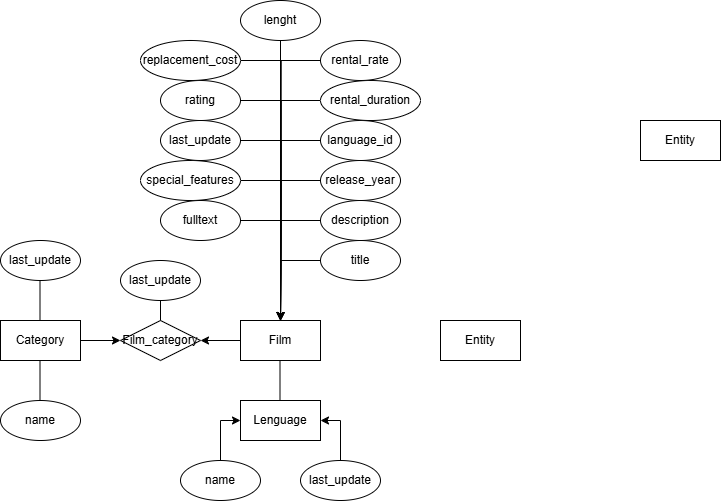
Before: Diagramas_E_R/Diagrama Trabajo Practico 3.drawio.png, a diagram exported from draw.io (Gabitoto/Bases-de-Datos). Source tidied: cells renumbered, new cells last; positions are measured from the earlier drawing's top-left corner, leaving out a move shared by most shapes.
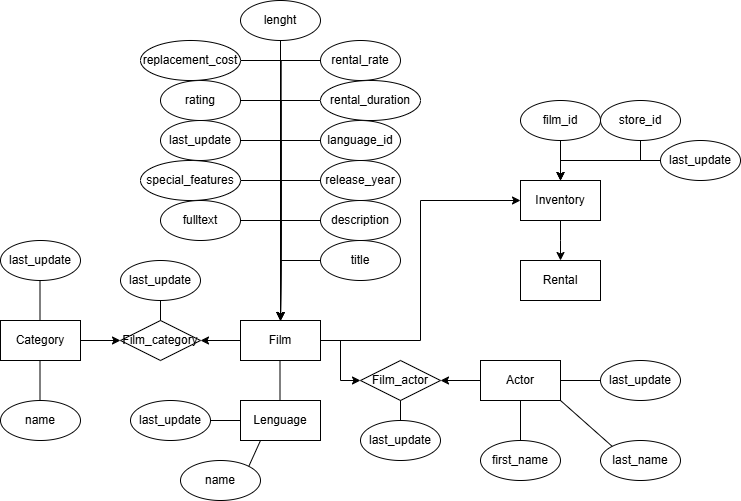
Later version of the same file.

The edit, as a diff of the source:
```diff
@@ -11,17 +11,31 @@
     <mxCell id="4" style="edgeStyle=orthogonalEdgeStyle;rounded=0;jettySize=auto;html=1;entryX=1;entryY=0.5;entryDx=0;entryDy=0;" parent="1" edge="1" source="5" target="9">
       <mxGeometry relative="1" as="geometry" />
     </mxCell>
+    <mxCell id="45" style="edgeStyle=orthogonalEdgeStyle;rounded=0;jettySize=auto;html=1;entryX=0;entryY=0.5;entryDx=0;entryDy=0;" parent="1" edge="1" source="5" target="7">
+      <mxGeometry relative="1" as="geometry" />
+    </mxCell>
+    <mxCell id="46" style="edgeStyle=orthogonalEdgeStyle;rounded=0;jettySize=auto;html=1;entryX=0;entryY=0.5;entryDx=0;entryDy=0;" parent="1" edge="1" source="5" target="56">
+      <mxGeometry relative="1" as="geometry" />
+    </mxCell>
     <mxCell id="5" value="Film" style="whiteSpace=wrap;html=1;align=center;" parent="1" vertex="1">
       <mxGeometry x="240" y="320" width="80" height="40" as="geometry" />
     </mxCell>
     <mxCell id="6" value="Lenguage" style="whiteSpace=wrap;html=1;align=center;" parent="1" vertex="1">
       <mxGeometry x="240" y="400" width="80" height="40" as="geometry" />
     </mxCell>
+    <mxCell id="47" style="edgeStyle=orthogonalEdgeStyle;rounded=0;jettySize=auto;html=1;entryX=0.5;entryY=0;entryDx=0;entryDy=0;" parent="1" edge="1" source="7">
+      <mxGeometry relative="1" as="geometry">
+        <mxPoint x="560" y="260" as="targetPoint" />
+      </mxGeometry>
+    </mxCell>
-    <mxCell id="7" value="Entity" style="whiteSpace=wrap;html=1;align=center;" parent="1" vertex="1">
-      <mxGeometry x="440" y="320" width="80" height="40" as="geometry" />
+    <mxCell id="7" value="Inventory" style="whiteSpace=wrap;html=1;align=center;" parent="1" vertex="1">
+      <mxGeometry x="520" y="180" width="80" height="40" as="geometry" />
     </mxCell>
+    <mxCell id="48" style="edgeStyle=orthogonalEdgeStyle;rounded=0;jettySize=auto;html=1;entryX=1;entryY=0.5;entryDx=0;entryDy=0;" parent="1" edge="1" source="8" target="56">
+      <mxGeometry relative="1" as="geometry" />
+    </mxCell>
-    <mxCell id="8" value="Entity" style="whiteSpace=wrap;html=1;align=center;" parent="1" vertex="1">
-      <mxGeometry x="640" y="120" width="80" height="40" as="geometry" />
+    <mxCell id="8" value="Actor" style="whiteSpace=wrap;html=1;align=center;" parent="1" vertex="1">
+      <mxGeometry x="480" y="360" width="80" height="40" as="geometry" />
     </mxCell>
     <mxCell id="9" value="Film_category" style="shape=rhombus;perimeter=rhombusPerimeter;whiteSpace=wrap;html=1;align=center;" parent="1" vertex="1">
       <mxGeometry x="120" y="320" width="80" height="40" as="geometry" />
@@ -153,16 +167,66 @@
       <mxGeometry x="160" y="200" width="80" height="40" as="geometry" />
     </mxCell>
     <mxCell id="41" value="last_update" style="ellipse;whiteSpace=wrap;html=1;align=center;" parent="1" vertex="1">
-      <mxGeometry x="300" y="460" width="80" height="40" as="geometry" />
+      <mxGeometry x="130" y="400" width="80" height="40" as="geometry" />
     </mxCell>
-    <mxCell id="42" style="edgeStyle=orthogonalEdgeStyle;rounded=0;jettySize=auto;html=1;entryX=0;entryY=0.5;entryDx=0;entryDy=0;" parent="1" edge="1" source="43" target="6">
-      <mxGeometry relative="1" as="geometry" />
-    </mxCell>
     <mxCell id="43" value="name" style="ellipse;whiteSpace=wrap;html=1;align=center;" parent="1" vertex="1">
       <mxGeometry x="180" y="460" width="80" height="40" as="geometry" />
     </mxCell>
-    <mxCell id="44" style="edgeStyle=orthogonalEdgeStyle;rounded=0;jettySize=auto;html=1;entryX=1;entryY=0.5;entryDx=0;entryDy=0;" parent="1" edge="1" source="41" target="6">
-      <mxGeometry relative="1" as="geometry" />
-    </mxCell>
+    <mxCell id="49" style="edgeStyle=orthogonalEdgeStyle;rounded=0;jettySize=auto;html=1;entryX=0.5;entryY=0;entryDx=0;entryDy=0;" parent="1" edge="1" source="50" target="7">
+      <mxGeometry relative="1" as="geometry" />
+    </mxCell>
+    <mxCell id="50" value="film_id" style="ellipse;whiteSpace=wrap;html=1;align=center;" parent="1" vertex="1">
+      <mxGeometry x="520" y="100" width="80" height="40" as="geometry" />
+    </mxCell>
+    <mxCell id="51" style="edgeStyle=orthogonalEdgeStyle;rounded=0;jettySize=auto;html=1;entryX=0.5;entryY=0;entryDx=0;entryDy=0;" parent="1" edge="1" source="52" target="7">
+      <mxGeometry relative="1" as="geometry" />
+    </mxCell>
+    <mxCell id="52" value="store_id" style="ellipse;whiteSpace=wrap;html=1;align=center;" parent="1" vertex="1">
+      <mxGeometry x="600" y="100" width="80" height="40" as="geometry" />
+    </mxCell>
+    <mxCell id="53" style="edgeStyle=orthogonalEdgeStyle;rounded=0;jettySize=auto;html=1;entryX=0.5;entryY=0;entryDx=0;entryDy=0;" parent="1" edge="1" source="54" target="7">
+      <mxGeometry relative="1" as="geometry" />
+    </mxCell>
+    <mxCell id="54" value="last_update" style="ellipse;whiteSpace=wrap;html=1;align=center;" parent="1" vertex="1">
+      <mxGeometry x="660" y="140" width="80" height="40" as="geometry" />
+    </mxCell>
+    <mxCell id="55" value="Rental" style="whiteSpace=wrap;html=1;align=center;" parent="1" vertex="1">
+      <mxGeometry x="520" y="260" width="80" height="40" as="geometry" />
+    </mxCell>
+    <mxCell id="56" value="Film_actor" style="shape=rhombus;perimeter=rhombusPerimeter;whiteSpace=wrap;html=1;align=center;" parent="1" vertex="1">
+      <mxGeometry x="360" y="360" width="80" height="40" as="geometry" />
+    </mxCell>
+    <mxCell id="57" value="last_update" style="ellipse;whiteSpace=wrap;html=1;align=center;" parent="1" vertex="1">
+      <mxGeometry x="360" y="420" width="80" height="40" as="geometry" />
+    </mxCell>
+    <mxCell id="58" style="endArrow=none;html=1;rounded=0;exitX=0.5;exitY=1;exitDx=0;exitDy=0;" parent="1" edge="1" source="56">
+      <mxGeometry relative="1" as="geometry">
+        <mxPoint x="400" y="420" as="targetPoint" />
+      </mxGeometry>
+    </mxCell>
+    <mxCell id="59" value="first_name" style="ellipse;whiteSpace=wrap;html=1;align=center;" parent="1" vertex="1">
+      <mxGeometry x="480" y="440" width="80" height="40" as="geometry" />
+    </mxCell>
+    <mxCell id="60" value="last_name" style="ellipse;whiteSpace=wrap;html=1;align=center;" parent="1" vertex="1">
+      <mxGeometry x="600" y="440" width="80" height="40" as="geometry" />
+    </mxCell>
+    <mxCell id="61" value="last_update" style="ellipse;whiteSpace=wrap;html=1;align=center;" parent="1" vertex="1">
+      <mxGeometry x="600" y="360" width="80" height="40" as="geometry" />
+    </mxCell>
+    <mxCell id="62" style="endArrow=none;html=1;rounded=0;entryX=0;entryY=0.5;entryDx=0;entryDy=0;exitX=1;exitY=0.5;exitDx=0;exitDy=0;" parent="1" edge="1" source="8" target="61">
+      <mxGeometry relative="1" as="geometry" />
+    </mxCell>
+    <mxCell id="63" style="endArrow=none;html=1;rounded=0;entryX=0.5;entryY=0;entryDx=0;entryDy=0;exitX=0.5;exitY=1;exitDx=0;exitDy=0;" parent="1" edge="1" source="8" target="59">
+      <mxGeometry relative="1" as="geometry" />
+    </mxCell>
+    <mxCell id="64" style="endArrow=none;html=1;rounded=0;entryX=0;entryY=0;entryDx=0;entryDy=0;exitX=1;exitY=1;exitDx=0;exitDy=0;" parent="1" edge="1" source="8" target="60">
+      <mxGeometry relative="1" as="geometry" />
+    </mxCell>
+    <mxCell id="65" style="endArrow=none;html=1;rounded=0;entryX=1;entryY=0;entryDx=0;entryDy=0;exitX=0.25;exitY=1;exitDx=0;exitDy=0;" parent="1" edge="1" source="6" target="43">
+      <mxGeometry relative="1" as="geometry" />
+    </mxCell>
+    <mxCell id="66" style="endArrow=none;html=1;rounded=0;entryX=1;entryY=0.5;entryDx=0;entryDy=0;" parent="1" edge="1" source="6" target="41">
+      <mxGeometry relative="1" as="geometry" />
+    </mxCell>
   </root>
 </mxGraphModel>
```
